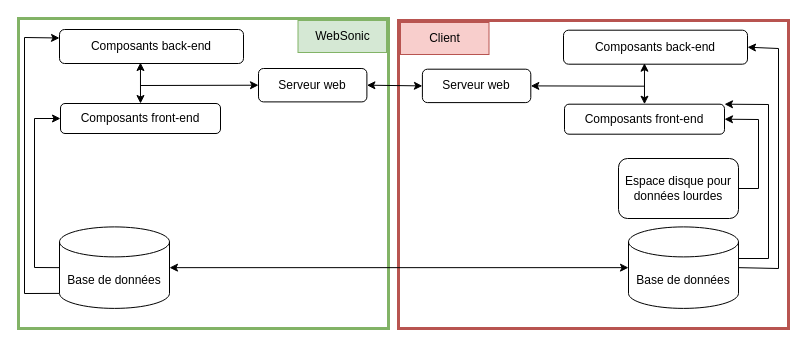
cjour/audit_logistics keeps this draw.io diagram as WebSonic architecture base applicative.drawio. Above is the earlier version. Source tidied: cells renumbered, new cells numbered last; positions are measured from the earlier drawing's top-left corner, leaving out a move shared by most shapes. Both pictures are drawn from the tidied source at 100%, with x=0, y=0 at pixel (18, 18).
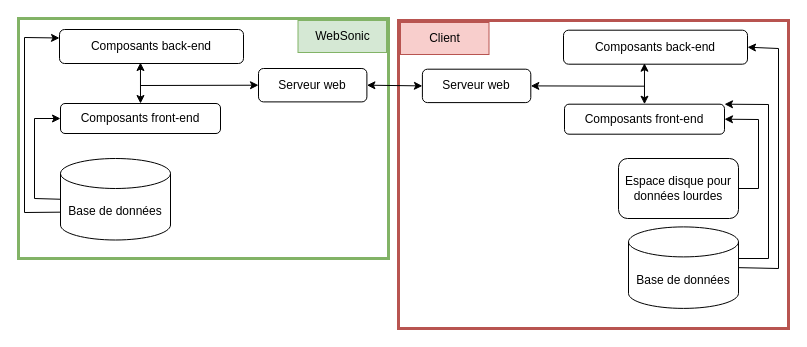
The same page after the edit.

Commit message:
Mettre à jour WebSonic architecture base applicative.drawio

The change refers to these unchanged cells:
```xml
<mxCell id="5" value="Composants front-end" style="rounded=1;whiteSpace=wrap;html=1;" parent="1" vertex="1">
  <mxGeometry x="42" y="85" width="160" height="30" as="geometry" />
</mxCell>
<mxCell id="6" value="Composants back-end" style="rounded=1;whiteSpace=wrap;html=1;" parent="1" vertex="1">
  <mxGeometry x="41" y="11" width="184" height="34" as="geometry" />
</mxCell>
<mxCell id="14" value="Base de données" style="shape=cylinder3;whiteSpace=wrap;html=1;boundedLbl=1;backgroundOutline=1;size=15;" parent="1" vertex="1">
  <mxGeometry x="610" y="208.4" width="110" height="81.5" as="geometry" />
</mxCell>
```

Change to the diagram source:
```diff
@@
     <mxCell id="3" style="rounded=0;whiteSpace=wrap;html=1;fillColor=none;strokeColor=#82b366;strokeWidth=3;" parent="1" vertex="1">
-      <mxGeometry width="370" height="310" as="geometry" />
+      <mxGeometry width="370" height="240" as="geometry" />
     </mxCell>
@@
-    <mxCell id="9" style="endArrow=none;html=1;rounded=0;endFill=0;startArrow=classic;startFill=1;exitX=0;exitY=0.25;exitDx=0;exitDy=0;entryX=0;entryY=1;entryDx=0;entryDy=-15;entryPerimeter=0;" parent="1" edge="1" source="6" target="11">
+    <mxCell id="9" style="endArrow=none;html=1;rounded=0;endFill=0;startArrow=classic;startFill=1;exitX=0;exitY=0.25;exitDx=0;exitDy=0;entryX=0;entryY=0;entryDx=0;entryDy=53.662499999999994;entryPerimeter=0;" parent="1" edge="1" source="6" target="11">
       <mxGeometry relative="1" as="geometry">
         <Array as="points">
           <mxPoint x="6" y="19" />
-          <mxPoint x="6" y="275" />
+          <mxPoint x="6" y="194" />
         </Array>
       </mxGeometry>
     </mxCell>
@@
     <mxCell id="11" value="Base de données" style="shape=cylinder3;whiteSpace=wrap;html=1;boundedLbl=1;backgroundOutline=1;size=15;" parent="1" vertex="1">
-      <mxGeometry x="41" y="208.4" width="110" height="81.5" as="geometry" />
+      <mxGeometry x="42" y="140" width="110" height="81.5" as="geometry" />
     </mxCell>
@@
     <mxCell id="23" style="endArrow=none;html=1;rounded=0;endFill=0;startArrow=classic;startFill=1;exitX=0;exitY=0.5;exitDx=0;exitDy=0;entryX=0;entryY=0.5;entryDx=0;entryDy=0;entryPerimeter=0;" parent="1" edge="1" source="5" target="11">
       <mxGeometry relative="1" as="geometry">
         <Array as="points">
           <mxPoint x="16" y="100" />
-          <mxPoint x="16" y="249" />
+          <mxPoint x="16" y="180" />
         </Array>
       </mxGeometry>
     </mxCell>
-    <mxCell id="24" style="endArrow=classic;startArrow=classic;html=1;rounded=0;exitX=1;exitY=0.5;exitDx=0;exitDy=0;exitPerimeter=0;entryX=0;entryY=0.5;entryDx=0;entryDy=0;entryPerimeter=0;" parent="1" edge="1" source="11" target="14">
-      <mxGeometry relative="1" as="geometry" />
-    </mxCell>
```
